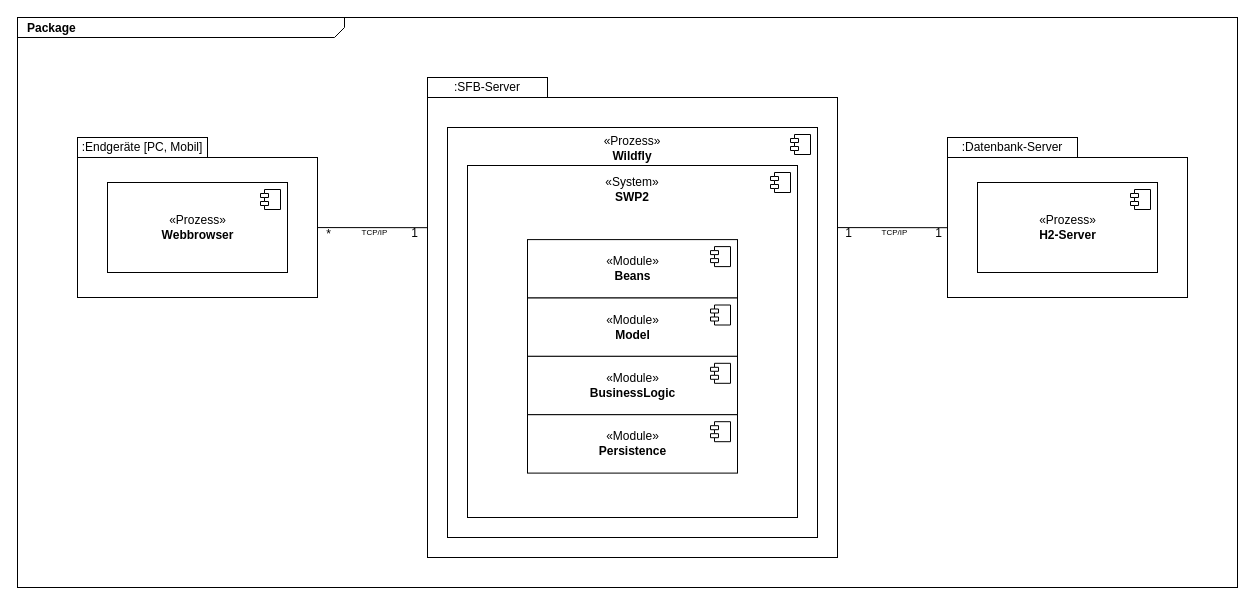
Earlier version of the draw.io diagram doc/UML/06Ausfuehrungssicht.drawio (fkehlenb/softwareprojekt-2). Source tidied: cells renumbered, new cells numbered last; positions are measured from the earlier drawing's top-left corner, leaving out a move shared by most shapes. Both pictures are drawn from the tidied source at 100%, with x=0, y=0 at pixel (17, 17).
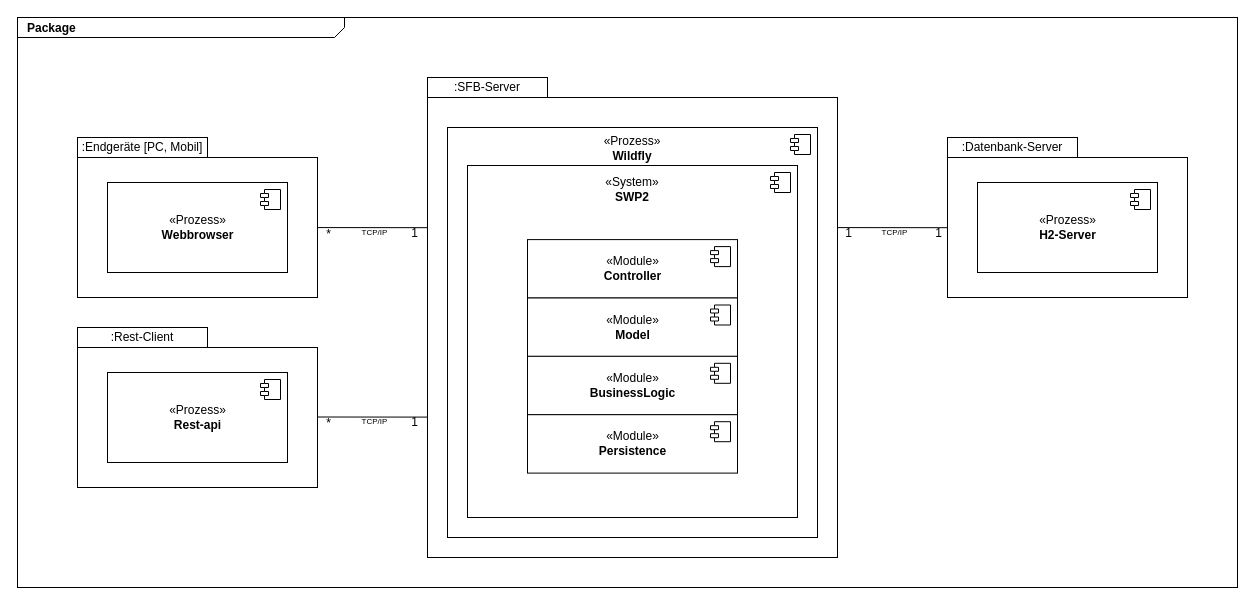
After the change.

Commit message (it also covers changes not shown here):
Ausführungssicht update, Evolution Einführungssatz, UML position

userpackage float hinzugefügt, UML richtig positioniert, Evolution Einleitungssatz.

The change refers to these unchanged cells:
```xml
<mxCell id="12" style="html=1;labelBackgroundColor=none;fillColor=none;fontSize=8;" parent="9" vertex="1">
  <mxGeometry x="20" y="38" width="330" height="352" as="geometry" />
</mxCell>
```

What changed in the source:
```diff
@@
-    <mxCell id="15" value="«Module»&lt;br&gt;&lt;b&gt;Beans&lt;/b&gt;" style="html=1;" parent="12" vertex="1">
+    <mxCell id="15" value="«Module»&lt;br&gt;&lt;b&gt;Controller&lt;/b&gt;" style="html=1;" parent="12" vertex="1">
       <mxGeometry x="60" y="74.1" width="210" height="58.4" as="geometry" />
     </mxCell>
@@
+    <mxCell id="35" style="html=1;fillColor=none;" parent="1" vertex="1">
+      <mxGeometry x="60" y="330" width="240" height="140" as="geometry" />
+    </mxCell>
+    <mxCell id="36" value="«Prozess»&lt;br&gt;&lt;b&gt;Rest-api&lt;/b&gt;" style="html=1;" parent="1" vertex="1">
+      <mxGeometry x="90" y="355" width="180" height="90" as="geometry" />
+    </mxCell>
+    <mxCell id="37" style="shape=component;jettyWidth=8;jettyHeight=4;" parent="36" vertex="1">
+      <mxGeometry x="1" width="20" height="20" relative="1" as="geometry">
+        <mxPoint x="-27" y="7" as="offset" />
+      </mxGeometry>
+    </mxCell>
+    <mxCell id="38" value=":Rest-Client" style="rounded=0;whiteSpace=wrap;html=1;fillColor=none;" parent="1" vertex="1">
+      <mxGeometry x="60" y="310" width="130" height="20" as="geometry" />
+    </mxCell>
+    <mxCell id="39" style="endArrow=none;html=1;entryX=0;entryY=0.283;entryDx=0;entryDy=0;entryPerimeter=0;" parent="1" edge="1">
+      <mxGeometry relative="1" as="geometry">
+        <mxPoint x="300" y="399.5" as="sourcePoint" />
+        <mxPoint x="410" y="399.6" as="targetPoint" />
+      </mxGeometry>
+    </mxCell>
+    <mxCell id="40" value="*" style="text;html=1;align=center;verticalAlign=middle;labelBackgroundColor=none;" parent="39" vertex="1">
+      <mxGeometry x="-0.82" y="1" relative="1" as="geometry">
+        <mxPoint y="7" as="offset" />
+      </mxGeometry>
+    </mxCell>
+    <mxCell id="41" value="&lt;font style=&quot;font-size: 12px&quot;&gt;1&lt;/font&gt;" style="text;html=1;align=center;verticalAlign=middle;labelBackgroundColor=none;fontSize=8;fontStyle=0;" parent="39" vertex="1">
+      <mxGeometry x="0.77" y="-1" relative="1" as="geometry">
+        <mxPoint y="4" as="offset" />
+      </mxGeometry>
+    </mxCell>
+    <mxCell id="42" value="TCP/IP" style="text;html=1;align=center;verticalAlign=middle;labelBackgroundColor=none;fontSize=8;" parent="39" vertex="1">
+      <mxGeometry x="0.08" y="-1" relative="1" as="geometry">
+        <mxPoint x="-2" y="3" as="offset" />
+      </mxGeometry>
+    </mxCell>
```
